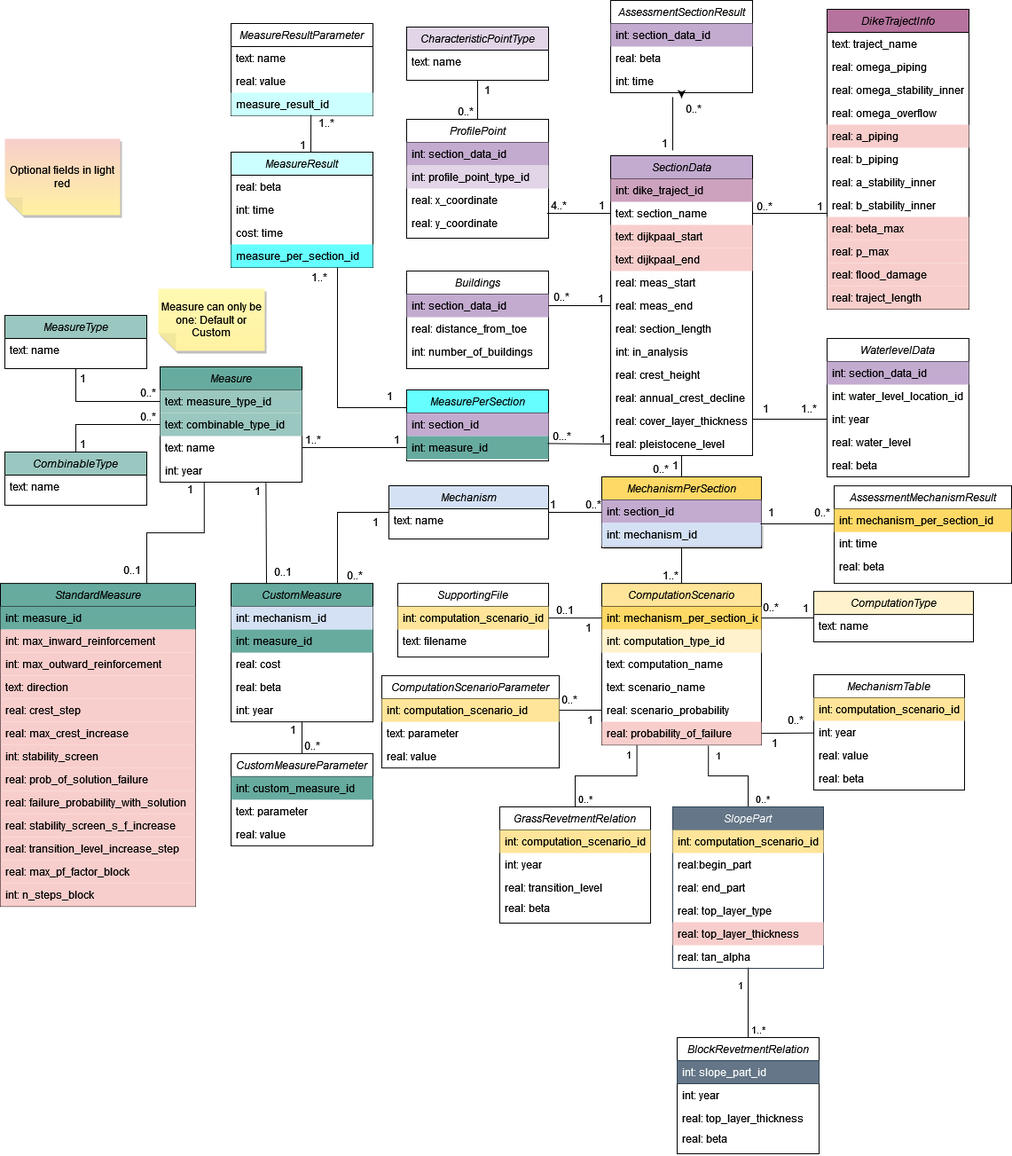
This is docs/db_diagram/vrtool_sql_input.drawio.png from Deltares/Veiligheidsrendement, a draw.io export, as it was before one commit. Source tidied: cells renumbered, new cells last; positions are measured from the earlier drawing's top-left corner, leaving out a move shared by most shapes.
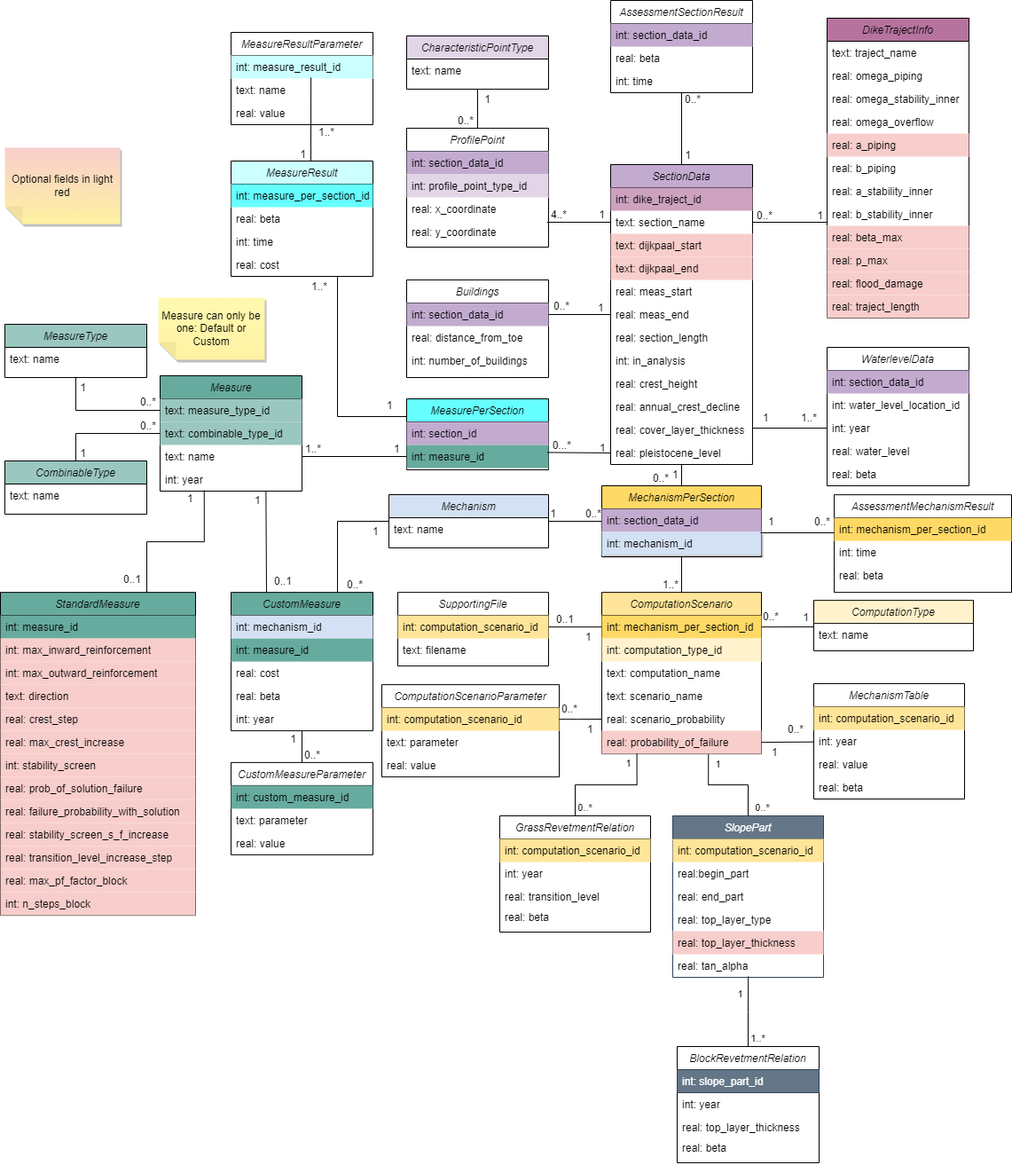
After the change.

Commit message:
docs: Updated and corrected diagram

What changed in the source:
```diff
@@ -101,7 +101,7 @@
     <mxCell id="34" value="MechanismPerSection" style="swimlane;fontStyle=2;align=center;verticalAlign=top;horizontal=1;startSize=26;rounded=0;shadow=0;strokeWidth=1;fillColor=#FFD966;" parent="1" vertex="1">
       <mxGeometry x="678" y="537" width="180" height="80" as="geometry" />
     </mxCell>
-    <mxCell id="35" value="int: section_id" style="text;align=left;verticalAlign=top;spacingLeft=4;spacingRight=4;overflow=hidden;points=[[0,0.5],[1,0.5]];portConstraint=eastwest;fillColor=#C3ABD0;" parent="34" vertex="1">
+    <mxCell id="35" value="int: section_data_id" style="text;align=left;verticalAlign=top;spacingLeft=4;spacingRight=4;overflow=hidden;points=[[0,0.5],[1,0.5]];portConstraint=eastwest;fillColor=#C3ABD0;" parent="34" vertex="1">
       <mxGeometry y="26" width="180" height="26" as="geometry" />
     </mxCell>
     <mxCell id="36" value="int: mechanism_id" style="text;align=left;verticalAlign=top;spacingLeft=4;spacingRight=4;overflow=hidden;rounded=0;shadow=1;html=0;fillColor=#D4E1F5;" parent="34" vertex="1">
@@ -689,13 +689,8 @@
         <mxPoint x="1" y="-7" as="offset" />
       </mxGeometry>
     </mxCell>
-    <mxCell id="195" style="edgeStyle=orthogonalEdgeStyle;rounded=0;jettySize=auto;html=1;exitX=0.5;exitY=1;exitDx=0;exitDy=0;" parent="1" edge="1" source="196">
-      <mxGeometry relative="1" as="geometry">
-        <mxPoint x="768" y="110" as="targetPoint" />
-      </mxGeometry>
-    </mxCell>
     <mxCell id="196" value="AssessmentSectionResult" style="swimlane;fontStyle=2;align=center;verticalAlign=top;horizontal=1;startSize=26;rounded=0;shadow=0;strokeWidth=1;" parent="1" vertex="1">
-      <mxGeometry x="688" width="160" height="104" as="geometry" />
+      <mxGeometry x="688" y="-10" width="160" height="104" as="geometry" />
     </mxCell>
     <mxCell id="197" value="int: section_data_id" style="text;align=left;verticalAlign=top;spacingLeft=4;spacingRight=4;overflow=hidden;fillColor=#C3ABD0;" parent="196" vertex="1">
       <mxGeometry y="26" width="160" height="26" as="geometry" />
@@ -706,15 +701,12 @@
     <mxCell id="199" value="int: time" style="text;align=left;verticalAlign=top;spacingLeft=4;spacingRight=4;overflow=hidden;rounded=0;shadow=0;html=0;" parent="196" vertex="1">
       <mxGeometry y="78" width="160" height="26" as="geometry" />
     </mxCell>
-    <mxCell id="200" style="endArrow=none;html=1;rounded=0;exitX=1;exitY=0.5;exitDx=0;exitDy=0;" parent="1" edge="1">
-      <mxGeometry relative="1" as="geometry">
-        <mxPoint x="758" y="109" as="sourcePoint" />
-        <mxPoint x="758" y="169" as="targetPoint" />
-      </mxGeometry>
+    <mxCell id="200" style="endArrow=none;html=1;rounded=0;entryX=0.5;entryY=0;entryDx=0;entryDy=0;" parent="1" edge="1" source="196" target="2">
+      <mxGeometry relative="1" as="geometry" />
     </mxCell>
-    <mxCell id="201" value="1" style="html=1;whiteSpace=wrap;align=right;verticalAlign=bottom;" parent="200" vertex="1">
+    <mxCell id="201" value="1" style="html=1;whiteSpace=wrap;align=right;verticalAlign=bottom;direction=south;" parent="200" vertex="1">
       <mxGeometry x="1" relative="1" as="geometry">
-        <mxPoint x="-4" y="1" as="offset" />
+        <mxPoint x="12" y="-2" as="offset" />
       </mxGeometry>
     </mxCell>
     <mxCell id="202" value="AssessmentMechanismResult" style="swimlane;fontStyle=2;align=center;verticalAlign=top;horizontal=1;startSize=26;rounded=0;shadow=0;strokeWidth=1;" parent="1" vertex="1">
@@ -740,7 +732,7 @@
       </mxGeometry>
     </mxCell>
     <mxCell id="208" value="0..*" style="html=1;whiteSpace=wrap;align=left;verticalAlign=bottom;" parent="1" vertex="1">
-      <mxGeometry x="771" y="131" as="geometry" />
+      <mxGeometry x="770" y="110" as="geometry" />
     </mxCell>
     <mxCell id="209" value="0..*" style="html=1;whiteSpace=wrap;align=left;verticalAlign=bottom;" parent="1" vertex="1">
       <mxGeometry x="770" y="139" as="geometry">
@@ -750,18 +742,18 @@
     <mxCell id="210" value="MeasureResult" style="swimlane;fontStyle=2;align=center;verticalAlign=top;horizontal=1;startSize=26;rounded=0;shadow=0;strokeWidth=1;fillColor=#CCFFFF;" parent="1" vertex="1">
       <mxGeometry x="260" y="171" width="160" height="130" as="geometry" />
     </mxCell>
+    <mxCell id="214" value="int: measure_per_section_id" style="text;align=left;verticalAlign=top;spacingLeft=4;spacingRight=4;overflow=hidden;rounded=0;shadow=0;html=0;fillColor=#66FFFF;" parent="210" vertex="1">
+      <mxGeometry y="26" width="160" height="26" as="geometry" />
+    </mxCell>
     <mxCell id="211" value="real: beta" style="text;align=left;verticalAlign=top;spacingLeft=4;spacingRight=4;overflow=hidden;" parent="210" vertex="1">
-      <mxGeometry y="26" width="160" height="26" as="geometry" />
+      <mxGeometry y="52" width="160" height="26" as="geometry" />
     </mxCell>
     <mxCell id="212" value="int: time" style="text;align=left;verticalAlign=top;spacingLeft=4;spacingRight=4;overflow=hidden;rounded=0;shadow=0;html=0;" parent="210" vertex="1">
-      <mxGeometry y="52" width="160" height="26" as="geometry" />
+      <mxGeometry y="78" width="160" height="26" as="geometry" />
     </mxCell>
-    <mxCell id="213" value="cost: time" style="text;align=left;verticalAlign=top;spacingLeft=4;spacingRight=4;overflow=hidden;rounded=0;shadow=0;html=0;" parent="210" vertex="1">
-      <mxGeometry y="78" width="160" height="26" as="geometry" />
+    <mxCell id="213" value="real: cost" style="text;align=left;verticalAlign=top;spacingLeft=4;spacingRight=4;overflow=hidden;rounded=0;shadow=0;html=0;" parent="210" vertex="1">
+      <mxGeometry y="104" width="160" height="26" as="geometry" />
     </mxCell>
-    <mxCell id="214" value="measure_per_section_id" style="text;align=left;verticalAlign=top;spacingLeft=4;spacingRight=4;overflow=hidden;rounded=0;shadow=0;html=0;fillColor=#66FFFF;" parent="210" vertex="1">
-      <mxGeometry y="104" width="160" height="26" as="geometry" />
-    </mxCell>
     <mxCell id="215" style="endArrow=none;html=1;rounded=0;edgeStyle=orthogonalEdgeStyle;entryX=0.75;entryY=1;entryDx=0;entryDy=0;exitX=0;exitY=0.25;exitDx=0;exitDy=0;" parent="1" edge="1" source="37" target="210">
       <mxGeometry relative="1" as="geometry" />
     </mxCell>
@@ -778,15 +770,15 @@
     <mxCell id="218" value="MeasureResultParameter" style="swimlane;fontStyle=2;align=center;verticalAlign=top;horizontal=1;startSize=26;rounded=0;shadow=0;strokeWidth=1;" parent="1" vertex="1">
       <mxGeometry x="260" y="26" width="160" height="104" as="geometry" />
     </mxCell>
+    <mxCell id="221" value="int: measure_result_id" style="text;align=left;verticalAlign=top;spacingLeft=4;spacingRight=4;overflow=hidden;points=[[0,0.5],[1,0.5]];portConstraint=eastwest;rounded=0;shadow=0;html=0;fillColor=#CCFFFF;" parent="218" vertex="1">
+      <mxGeometry y="26" width="160" height="26" as="geometry" />
+    </mxCell>
     <mxCell id="219" value="text: name" style="text;align=left;verticalAlign=top;spacingLeft=4;spacingRight=4;overflow=hidden;" parent="218" vertex="1">
-      <mxGeometry y="26" width="160" height="26" as="geometry" />
+      <mxGeometry y="52" width="160" height="26" as="geometry" />
     </mxCell>
     <mxCell id="220" value="real: value" style="text;align=left;verticalAlign=top;spacingLeft=4;spacingRight=4;overflow=hidden;rounded=0;shadow=0;html=0;" parent="218" vertex="1">
-      <mxGeometry y="52" width="160" height="26" as="geometry" />
+      <mxGeometry y="78" width="160" height="26" as="geometry" />
     </mxCell>
-    <mxCell id="221" value="measure_result_id" style="text;align=left;verticalAlign=top;spacingLeft=4;spacingRight=4;overflow=hidden;points=[[0,0.5],[1,0.5]];portConstraint=eastwest;rounded=0;shadow=0;html=0;fillColor=#CCFFFF;" parent="218" vertex="1">
-      <mxGeometry y="78" width="160" height="26" as="geometry" />
-    </mxCell>
     <mxCell id="222" style="endArrow=none;html=1;rounded=0;exitX=0.563;exitY=0.962;exitDx=0;exitDy=0;exitPerimeter=0;" parent="1" edge="1" source="221">
       <mxGeometry relative="1" as="geometry">
         <mxPoint x="350" y="171" as="targetPoint" />
```
